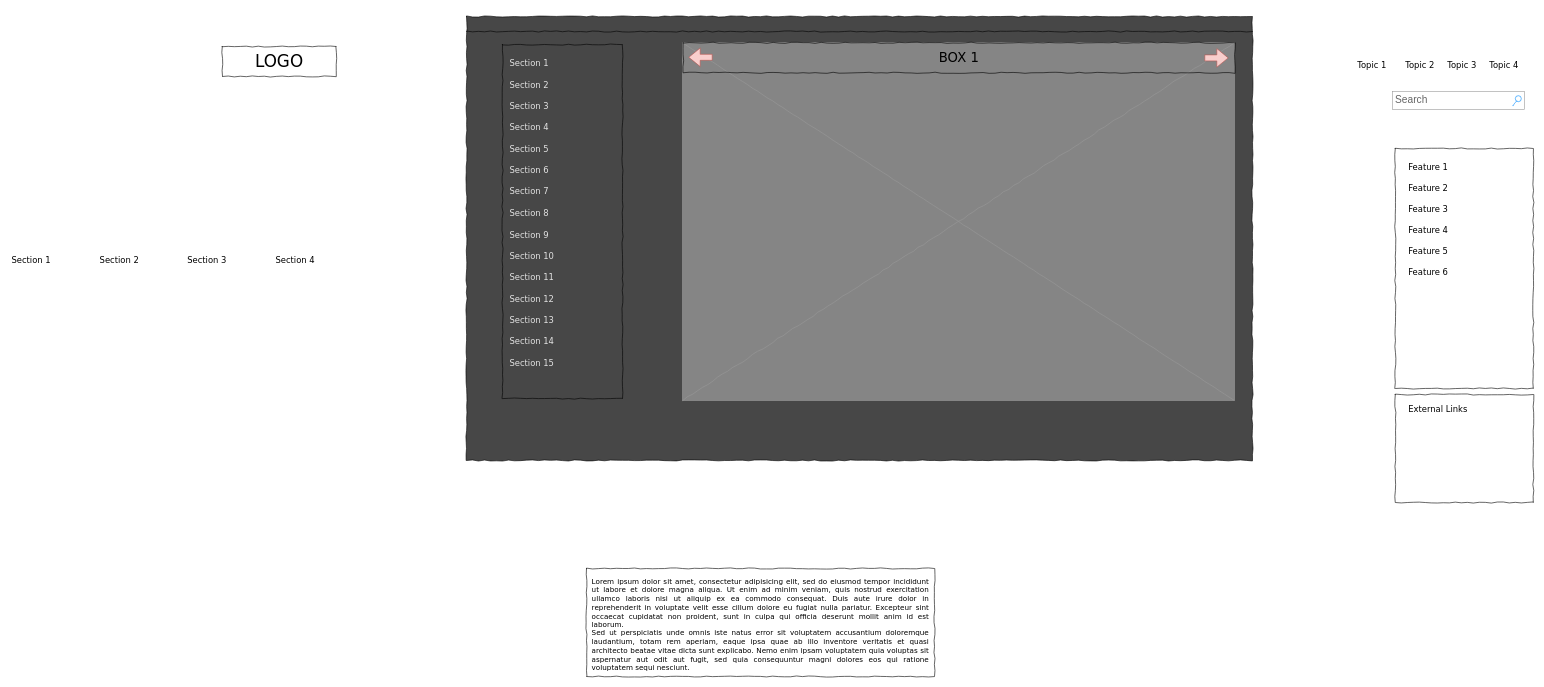
Before: wireframe project.drawio in jeffbrin/PokemonStorageApplication, a draw.io diagram. Source tidied: cells renumbered, new cells numbered last; positions are measured from the earlier drawing's top-left corner, leaving out a move shared by most shapes. Both pictures are drawn from the tidied source at 60%, with x=0, y=0 at pixel (10, 16).
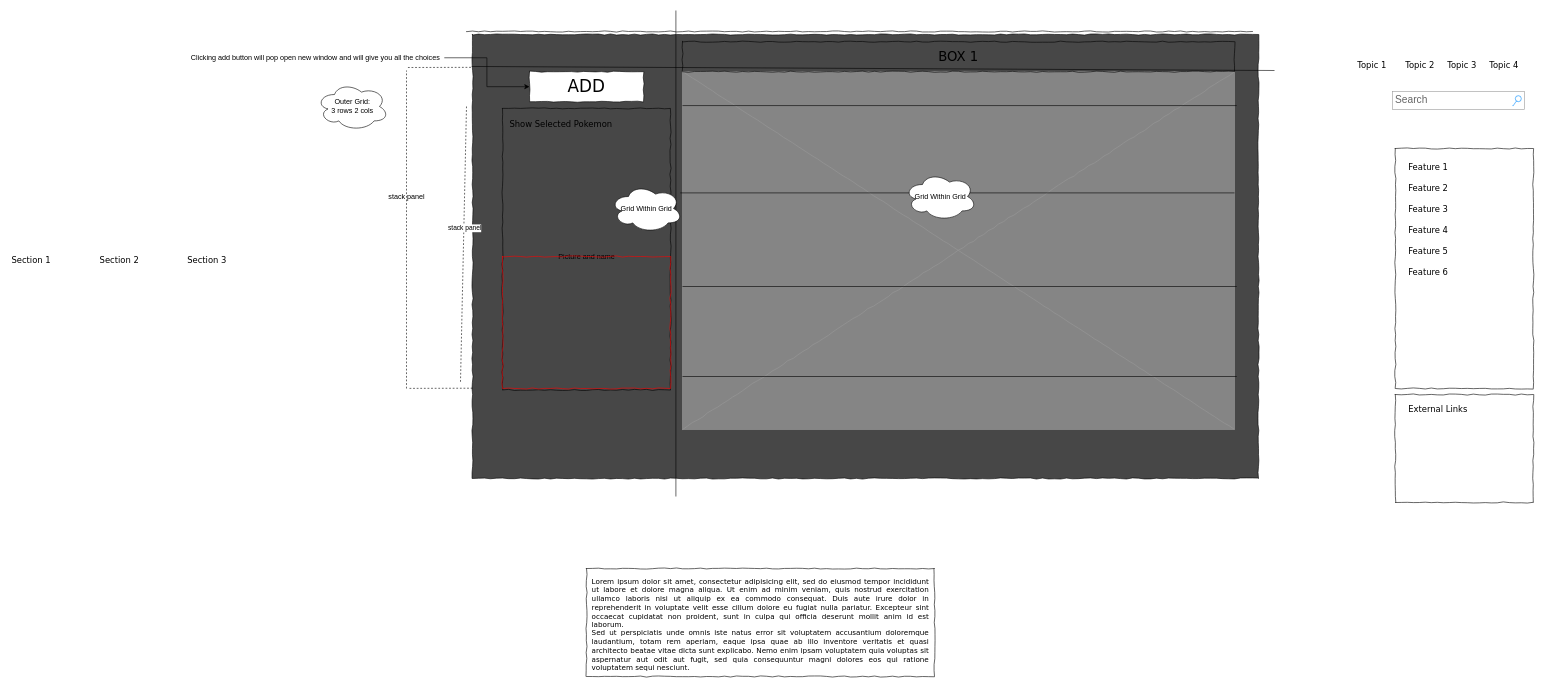
The same page after the edit.

Diff of the diagram source:
```diff
@@
     <mxCell id="2" style="whiteSpace=wrap;html=1;rounded=0;shadow=0;labelBackgroundColor=none;strokeColor=#000000;strokeWidth=1;fillColor=#474747;fontFamily=Verdana;fontSize=12;fontColor=#000000;align=center;comic=1;" parent="1" vertex="1">
-      <mxGeometry x="760" width="1310" height="740" as="geometry" />
+      <mxGeometry x="770" y="30" width="1310" height="740" as="geometry" />
     </mxCell>
-    <mxCell id="3" value="LOGO" style="whiteSpace=wrap;html=1;rounded=0;shadow=0;labelBackgroundColor=none;strokeWidth=1;fontFamily=Verdana;fontSize=28;align=center;comic=1;" parent="1" vertex="1">
-      <mxGeometry x="353" y="50" width="190" height="50" as="geometry" />
+    <mxCell id="3" value="ADD" style="whiteSpace=wrap;html=1;rounded=0;shadow=0;labelBackgroundColor=none;strokeWidth=1;fontFamily=Verdana;fontSize=28;align=center;comic=1;" parent="1" vertex="1">
+      <mxGeometry x="865" y="92" width="190" height="50" as="geometry" />
     </mxCell>
@@
     <mxCell id="9" style="whiteSpace=wrap;html=1;rounded=0;shadow=0;labelBackgroundColor=none;strokeWidth=1;fillColor=none;fontFamily=Verdana;fontSize=12;align=center;comic=1;fontColor=#E3E3E3;" parent="1" vertex="1">
-      <mxGeometry x="820" y="46.8" width="200" height="590" as="geometry" />
+      <mxGeometry x="820" y="153.2" width="280" height="469.2" as="geometry" />
     </mxCell>
@@
-    <mxCell id="14" value="Section 4" style="text;html=1;align=left;verticalAlign=top;spacingTop=-4;fontSize=14;fontFamily=Verdana;" parent="1" vertex="1">
-      <mxGeometry x="440" y="395" width="60" height="20" as="geometry" />
+    <mxCell id="14" value="Show Selected Pokemon" style="text;html=1;align=left;verticalAlign=top;spacingTop=-4;fontSize=14;fontFamily=Verdana;" parent="1" vertex="1">
+      <mxGeometry x="830" y="167.5" width="60" height="20" as="geometry" />
     </mxCell>
@@
     <mxCell id="16" style="verticalLabelPosition=bottom;shadow=0;dashed=0;align=center;html=1;verticalAlign=top;strokeWidth=1;shape=mxgraph.mockup.graphics.simpleIcon;strokeColor=#999999;rounded=0;labelBackgroundColor=none;fontFamily=Verdana;fontSize=14;fontColor=#000000;comic=1;fillColor=#858585;" parent="1" vertex="1">
-      <mxGeometry x="1120" y="43.5" width="920" height="596.5" as="geometry" />
+      <mxGeometry x="1120" y="91.8" width="920" height="596.5" as="geometry" />
     </mxCell>
@@
-    <mxCell id="19" value="Section 1" style="text;html=1;align=left;verticalAlign=top;spacingTop=-4;fontSize=14;fontFamily=Verdana;fontColor=#E3E3E3;" parent="1" vertex="1">
-      <mxGeometry x="830" y="66.8" width="170" height="20" as="geometry" />
-    </mxCell>
-    <mxCell id="20" value="Section 2" style="text;html=1;align=left;verticalAlign=top;spacingTop=-4;fontSize=14;fontFamily=Verdana;fontColor=#E3E3E3;" parent="1" vertex="1">
-      <mxGeometry x="830" y="102.8" width="170" height="20" as="geometry" />
-    </mxCell>
-    <mxCell id="21" value="Section 3" style="text;html=1;align=left;verticalAlign=top;spacingTop=-4;fontSize=14;fontFamily=Verdana;fontColor=#E3E3E3;" parent="1" vertex="1">
-      <mxGeometry x="830" y="137.8" width="170" height="20" as="geometry" />
-    </mxCell>
-    <mxCell id="22" value="Section 4" style="text;html=1;align=left;verticalAlign=top;spacingTop=-4;fontSize=14;fontFamily=Verdana;fontColor=#E3E3E3;" parent="1" vertex="1">
-      <mxGeometry x="830" y="173.8" width="170" height="20" as="geometry" />
-    </mxCell>
-    <mxCell id="23" value="Section 7" style="text;html=1;align=left;verticalAlign=top;spacingTop=-4;fontSize=14;fontFamily=Verdana;fontColor=#E3E3E3;" parent="1" vertex="1">
-      <mxGeometry x="830" y="280.8" width="170" height="20" as="geometry" />
-    </mxCell>
-    <mxCell id="24" value="Section 8" style="text;html=1;align=left;verticalAlign=top;spacingTop=-4;fontSize=14;fontFamily=Verdana;fontColor=#E3E3E3;" parent="1" vertex="1">
-      <mxGeometry x="830" y="316.8" width="170" height="20" as="geometry" />
-    </mxCell>
-    <mxCell id="25" value="Section 9" style="text;html=1;align=left;verticalAlign=top;spacingTop=-4;fontSize=14;fontFamily=Verdana;fontColor=#E3E3E3;" parent="1" vertex="1">
-      <mxGeometry x="830" y="352.8" width="170" height="20" as="geometry" />
-    </mxCell>
-    <mxCell id="26" value="Section 10" style="text;html=1;align=left;verticalAlign=top;spacingTop=-4;fontSize=14;fontFamily=Verdana;fontColor=#E3E3E3;" parent="1" vertex="1">
-      <mxGeometry x="830" y="387.8" width="170" height="20" as="geometry" />
-    </mxCell>
-    <mxCell id="27" value="Section 11" style="text;html=1;align=left;verticalAlign=top;spacingTop=-4;fontSize=14;fontFamily=Verdana;fontColor=#E3E3E3;" parent="1" vertex="1">
-      <mxGeometry x="830" y="423.8" width="170" height="20" as="geometry" />
-    </mxCell>
-    <mxCell id="28" value="Section 12" style="text;html=1;align=left;verticalAlign=top;spacingTop=-4;fontSize=14;fontFamily=Verdana;fontColor=#E3E3E3;" parent="1" vertex="1">
-      <mxGeometry x="830" y="459.8" width="170" height="20" as="geometry" />
-    </mxCell>
-    <mxCell id="29" value="Section 13" style="text;html=1;align=left;verticalAlign=top;spacingTop=-4;fontSize=14;fontFamily=Verdana;fontColor=#E3E3E3;" parent="1" vertex="1">
-      <mxGeometry x="830" y="495.8" width="170" height="20" as="geometry" />
-    </mxCell>
-    <mxCell id="30" value="Section 14" style="text;html=1;align=left;verticalAlign=top;spacingTop=-4;fontSize=14;fontFamily=Verdana;fontColor=#E3E3E3;" parent="1" vertex="1">
-      <mxGeometry x="830" y="530.8" width="170" height="20" as="geometry" />
-    </mxCell>
-    <mxCell id="31" value="Section 5" style="text;html=1;align=left;verticalAlign=top;spacingTop=-4;fontSize=14;fontFamily=Verdana;fontColor=#E3E3E3;" parent="1" vertex="1">
-      <mxGeometry x="830" y="209.8" width="170" height="20" as="geometry" />
-    </mxCell>
-    <mxCell id="32" value="Section 6" style="text;html=1;align=left;verticalAlign=top;spacingTop=-4;fontSize=14;fontFamily=Verdana;fontColor=#E3E3E3;" parent="1" vertex="1">
-      <mxGeometry x="830" y="245.8" width="170" height="20" as="geometry" />
-    </mxCell>
-    <mxCell id="33" value="Section 15" style="text;html=1;align=left;verticalAlign=top;spacingTop=-4;fontSize=14;fontFamily=Verdana;fontColor=#E3E3E3;" parent="1" vertex="1">
-      <mxGeometry x="830" y="566.8" width="170" height="20" as="geometry" />
-    </mxCell>
@@
     <mxCell id="41" value="&lt;font style=&quot;font-size: 22px&quot;&gt;BOX 1&lt;/font&gt;" style="whiteSpace=wrap;html=1;rounded=0;shadow=0;labelBackgroundColor=none;strokeWidth=1;fillColor=none;fontFamily=Verdana;fontSize=12;align=center;comic=1;" parent="1" vertex="1">
-      <mxGeometry x="1121" y="43.8" width="920" height="50" as="geometry" />
+      <mxGeometry x="1120" y="42" width="920" height="50" as="geometry" />
     </mxCell>
-    <mxCell id="42" style="shape=flexArrow;endArrow=classic;html=1;fillColor=#f8cecc;strokeColor=#b85450;" parent="1" edge="1">
-      <mxGeometry relative="1" as="geometry">
-        <mxPoint x="1990" y="69" as="sourcePoint" />
-        <mxPoint x="2030" y="69" as="targetPoint" />
-      </mxGeometry>
-    </mxCell>
-    <mxCell id="43" style="shape=flexArrow;endArrow=classic;html=1;fillColor=#f8cecc;strokeColor=#b85450;" parent="1" edge="1">
-      <mxGeometry relative="1" as="geometry">
-        <mxPoint x="1170" y="68" as="sourcePoint" />
-        <mxPoint x="1130" y="68" as="targetPoint" />
-      </mxGeometry>
-    </mxCell>
+    <mxCell id="44" value="Picture and name" style="text;html=1;align=center;verticalAlign=middle;strokeColor=none;fillColor=none;" parent="1" vertex="1">
+      <mxGeometry x="905" y="390" width="110" height="20" as="geometry" />
+    </mxCell>
+    <mxCell id="45" style="edgeStyle=orthogonalEdgeStyle;rounded=0;jettySize=auto;html=1;entryX=0;entryY=0.5;entryDx=0;entryDy=0;" parent="1" edge="1" source="46" target="3">
+      <mxGeometry relative="1" as="geometry" />
+    </mxCell>
+    <mxCell id="46" value="Clicking add button will pop open new window and will give you all the choices" style="text;html=1;align=center;verticalAlign=middle;points=[];strokeColor=none;fillColor=none;" parent="1" vertex="1">
+      <mxGeometry x="293" y="58.8" width="430" height="20" as="geometry" />
+    </mxCell>
+    <mxCell id="47" style="endArrow=none;html=1;rounded=0;exitX=-0.001;exitY=0.072;exitDx=0;exitDy=0;exitPerimeter=0;" parent="1" edge="1" source="2">
+      <mxGeometry relative="1" as="geometry">
+        <mxPoint x="2106.7" y="90" as="targetPoint" />
+      </mxGeometry>
+    </mxCell>
+    <mxCell id="48" style="endArrow=none;html=1;rounded=0;" parent="1" edge="1">
+      <mxGeometry relative="1" as="geometry">
+        <mxPoint x="1109" y="800" as="sourcePoint" />
+        <mxPoint x="1109" y="-10" as="targetPoint" />
+      </mxGeometry>
+    </mxCell>
+    <mxCell id="49" style="endArrow=none;html=1;rounded=0;exitX=0;exitY=0.095;exitDx=0;exitDy=0;exitPerimeter=0;entryX=1.004;entryY=0.095;entryDx=0;entryDy=0;entryPerimeter=0;" parent="1" edge="1" source="16" target="16">
+      <mxGeometry relative="1" as="geometry" />
+    </mxCell>
+    <mxCell id="50" style="endArrow=none;html=1;rounded=0;exitX=0;exitY=0.095;exitDx=0;exitDy=0;exitPerimeter=0;entryX=1.004;entryY=0.095;entryDx=0;entryDy=0;entryPerimeter=0;" parent="1" edge="1">
+      <mxGeometry relative="1" as="geometry">
+        <mxPoint x="1116.3" y="294" as="sourcePoint" />
+        <mxPoint x="2040" y="294" as="targetPoint" />
+      </mxGeometry>
+    </mxCell>
+    <mxCell id="51" style="endArrow=none;html=1;rounded=0;exitX=0;exitY=0.095;exitDx=0;exitDy=0;exitPerimeter=0;entryX=1.004;entryY=0.095;entryDx=0;entryDy=0;entryPerimeter=0;" parent="1" edge="1">
+      <mxGeometry relative="1" as="geometry">
+        <mxPoint x="1120" y="450" as="sourcePoint" />
+        <mxPoint x="2043.7" y="450" as="targetPoint" />
+      </mxGeometry>
+    </mxCell>
+    <mxCell id="52" style="endArrow=none;html=1;rounded=0;exitX=0;exitY=0.095;exitDx=0;exitDy=0;exitPerimeter=0;entryX=1.004;entryY=0.095;entryDx=0;entryDy=0;entryPerimeter=0;" parent="1" edge="1">
+      <mxGeometry relative="1" as="geometry">
+        <mxPoint x="1120" y="600" as="sourcePoint" />
+        <mxPoint x="2043.7" y="600" as="targetPoint" />
+      </mxGeometry>
+    </mxCell>
+    <mxCell id="53" value="Grid Within Grid" style="ellipse;shape=cloud;whiteSpace=wrap;html=1;" parent="1" vertex="1">
+      <mxGeometry x="1490" y="260" width="120" height="80" as="geometry" />
+    </mxCell>
+    <mxCell id="54" value="Outer Grid:&lt;br&gt;3 rows 2 cols" style="ellipse;shape=cloud;whiteSpace=wrap;html=1;" parent="1" vertex="1">
+      <mxGeometry x="510" y="110" width="120" height="80" as="geometry" />
+    </mxCell>
+    <mxCell id="55" value="Grid Within Grid" style="ellipse;shape=cloud;whiteSpace=wrap;html=1;" parent="1" vertex="1">
+      <mxGeometry x="1000" y="280" width="120" height="80" as="geometry" />
+    </mxCell>
+    <mxCell id="56" style="whiteSpace=wrap;html=1;rounded=0;shadow=0;labelBackgroundColor=none;strokeWidth=1;fontFamily=Verdana;fontSize=12;align=center;comic=1;fillColor=none;strokeColor=#FF0000;" parent="1" vertex="1">
+      <mxGeometry x="820" y="400" width="280" height="220" as="geometry" />
+    </mxCell>
+    <mxCell id="57" style="endArrow=none;dashed=1;html=1;rounded=0;exitX=-0.002;exitY=0.074;exitDx=0;exitDy=0;exitPerimeter=0;" parent="1" edge="1" source="2">
+      <mxGeometry relative="1" as="geometry">
+        <mxPoint x="660" y="85" as="targetPoint" />
+      </mxGeometry>
+    </mxCell>
+    <mxCell id="58" style="endArrow=none;dashed=1;html=1;rounded=0;" parent="1" edge="1">
+      <mxGeometry relative="1" as="geometry">
+        <mxPoint x="660" y="620" as="sourcePoint" />
+        <mxPoint x="660" y="90" as="targetPoint" />
+      </mxGeometry>
+    </mxCell>
+    <mxCell id="59" style="endArrow=none;dashed=1;html=1;rounded=0;" parent="1" edge="1">
+      <mxGeometry relative="1" as="geometry">
+        <mxPoint x="750" y="608.8" as="sourcePoint" />
+        <mxPoint x="760" y="150" as="targetPoint" />
+      </mxGeometry>
+    </mxCell>
+    <mxCell id="60" value="stack panel" style="edgeLabel;html=1;align=center;verticalAlign=middle;" parent="59" vertex="1">
+      <mxGeometry x="0.11" y="-1" relative="1" as="geometry">
+        <mxPoint y="-1" as="offset" />
+      </mxGeometry>
+    </mxCell>
+    <mxCell id="61" style="endArrow=none;dashed=1;html=1;rounded=0;exitX=-0.002;exitY=0.074;exitDx=0;exitDy=0;exitPerimeter=0;" parent="1" edge="1">
+      <mxGeometry relative="1" as="geometry">
+        <mxPoint x="770" y="619.5" as="sourcePoint" />
+        <mxPoint x="662.6" y="619.8" as="targetPoint" />
+      </mxGeometry>
+    </mxCell>
+    <mxCell id="62" value="stack panel" style="text;html=1;align=center;verticalAlign=middle;strokeColor=none;fillColor=none;" parent="1" vertex="1">
+      <mxGeometry x="620" y="290" width="80" height="20" as="geometry" />
+    </mxCell>
```
